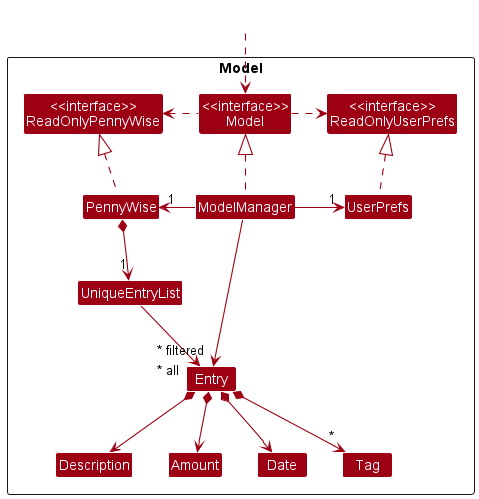
This is docs/images/ModelClassDiagram.png from nus-cs2103-AY2223S1/tp, a PlantUML export, as it was before one commit.
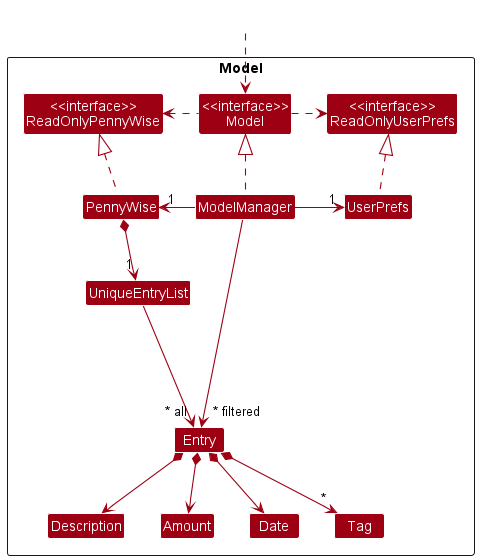
The same diagram one commit later.

Diff of the diagram source:
```diff
@@ -34,7 +34,7 @@
 UserPrefs .up.|> ReadOnlyUserPrefs
 
 PennyWise *--> "1" UniqueEntryList
-UniqueEntryList --> "~* all" Entry
+UniqueEntryList ---> "~* all" Entry
 Entry *--> Description
 Entry *--> Amount
 Entry *--> Date
@@ -43,5 +43,5 @@
 Description -[hidden]right-> Amount
 Amount -[hidden]right-> Date
 
-ModelManager -->"~* filtered" Entry
+ModelManager --->"~* filtered" Entry
 @enduml
```
